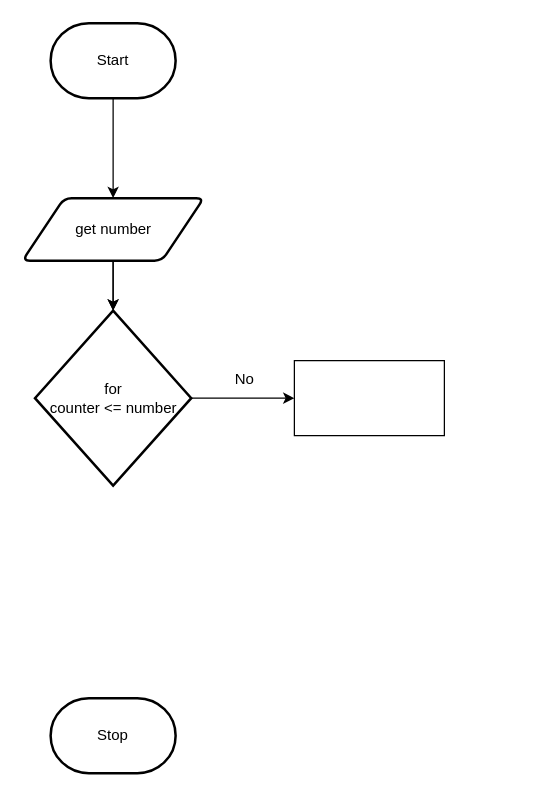
Earlier version of the draw.io diagram design/flowchart.drawio (MTHS-ICS2O-2-2022/ICS2O-Assignment-05-Lucas-Osmond). Source tidied: cells renumbered, new cells numbered last; positions are measured from the earlier drawing's top-left corner, leaving out a move shared by most shapes. Both pictures are drawn from the tidied source at 125%, with x=0, y=0 at pixel (21, 22).
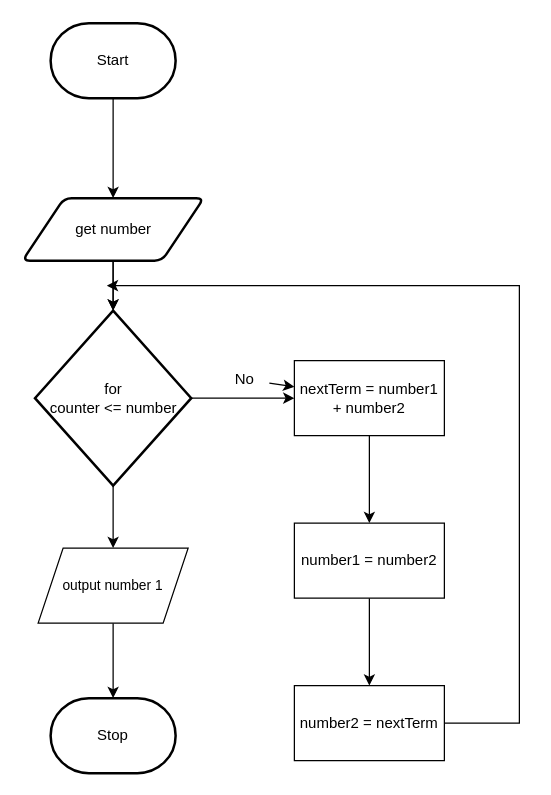
The same page after the edit.

Commit message (it also covers changes not shown here):
finished flowchart

Unchanged cells that the change refers to:
```xml
<mxCell id="4" value="Stop" style="strokeWidth=2;html=1;shape=mxgraph.flowchart.terminator;whiteSpace=wrap;" parent="1" vertex="1">
  <mxGeometry x="23" y="540" width="100" height="60" as="geometry" />
</mxCell>
<mxCell id="9" value="for&lt;br&gt;counter &amp;lt;= number&lt;br&gt;" style="strokeWidth=2;html=1;shape=mxgraph.flowchart.decision;whiteSpace=wrap;" parent="1" vertex="1">
  <mxGeometry x="10.5" y="230" width="125" height="140" as="geometry" />
</mxCell>
<mxCell id="11" value="No" style="text;html=1;align=center;verticalAlign=middle;points=[];strokeColor=none;fillColor=none;" parent="1" vertex="1">
  <mxGeometry x="158" y="270" width="40" height="30" as="geometry" />
</mxCell>
```

Change to the diagram source:
```diff
@@
+    <mxCell id="12" style="edgeStyle=orthogonalEdgeStyle;shape=connector;rounded=0;html=1;labelBackgroundColor=default;strokeColor=default;fontFamily=Helvetica;fontSize=11;fontColor=default;endArrow=classic;" parent="1" edge="1" source="9">
+      <mxGeometry relative="1" as="geometry">
+        <mxPoint x="73" y="420" as="targetPoint" />
+      </mxGeometry>
+    </mxCell>
@@
+    <mxCell id="13" style="edgeStyle=none;html=1;rounded=0;" parent="1" edge="1" source="10" target="16">
+      <mxGeometry relative="1" as="geometry" />
+    </mxCell>
-    <mxCell id="10" style="rounded=0;whiteSpace=wrap;html=1;" parent="1" vertex="1">
+    <mxCell id="10" value="nextTerm = number1 + number2" style="rounded=0;whiteSpace=wrap;html=1;" parent="1" vertex="1">
       <mxGeometry x="218" y="270" width="120" height="60" as="geometry" />
     </mxCell>
+    <mxCell id="14" style="edgeStyle=none;html=1;" parent="1" edge="1" source="11" target="10">
+      <mxGeometry relative="1" as="geometry" />
+    </mxCell>
@@
+    <mxCell id="15" style="edgeStyle=none;rounded=0;html=1;exitX=0.5;exitY=1;exitDx=0;exitDy=0;" parent="1" edge="1" source="16" target="18">
+      <mxGeometry relative="1" as="geometry" />
+    </mxCell>
+    <mxCell id="16" value="number1 = number2" style="rounded=0;whiteSpace=wrap;html=1;" parent="1" vertex="1">
+      <mxGeometry x="218" y="400" width="120" height="60" as="geometry" />
+    </mxCell>
+    <mxCell id="17" style="edgeStyle=orthogonalEdgeStyle;shape=connector;rounded=0;html=1;labelBackgroundColor=default;strokeColor=default;fontFamily=Helvetica;fontSize=11;fontColor=default;endArrow=classic;" parent="1" edge="1" source="18">
+      <mxGeometry relative="1" as="geometry">
+        <mxPoint x="68" y="210" as="targetPoint" />
+        <Array as="points">
+          <mxPoint x="398" y="560" />
+          <mxPoint x="398" y="210" />
+        </Array>
+      </mxGeometry>
+    </mxCell>
+    <mxCell id="18" value="number2 = nextTerm" style="rounded=0;whiteSpace=wrap;html=1;" parent="1" vertex="1">
+      <mxGeometry x="218" y="530" width="120" height="60" as="geometry" />
+    </mxCell>
+    <mxCell id="19" style="edgeStyle=orthogonalEdgeStyle;shape=connector;rounded=0;html=1;entryX=0.5;entryY=0;entryDx=0;entryDy=0;entryPerimeter=0;labelBackgroundColor=default;strokeColor=default;fontFamily=Helvetica;fontSize=11;fontColor=default;endArrow=classic;" parent="1" edge="1" source="20" target="4">
+      <mxGeometry relative="1" as="geometry" />
+    </mxCell>
+    <mxCell id="20" value="output number 1" style="shape=parallelogram;perimeter=parallelogramPerimeter;whiteSpace=wrap;html=1;fixedSize=1;fontFamily=Helvetica;fontSize=11;fontColor=default;" parent="1" vertex="1">
+      <mxGeometry x="13" y="420" width="120" height="60" as="geometry" />
+    </mxCell>
```
